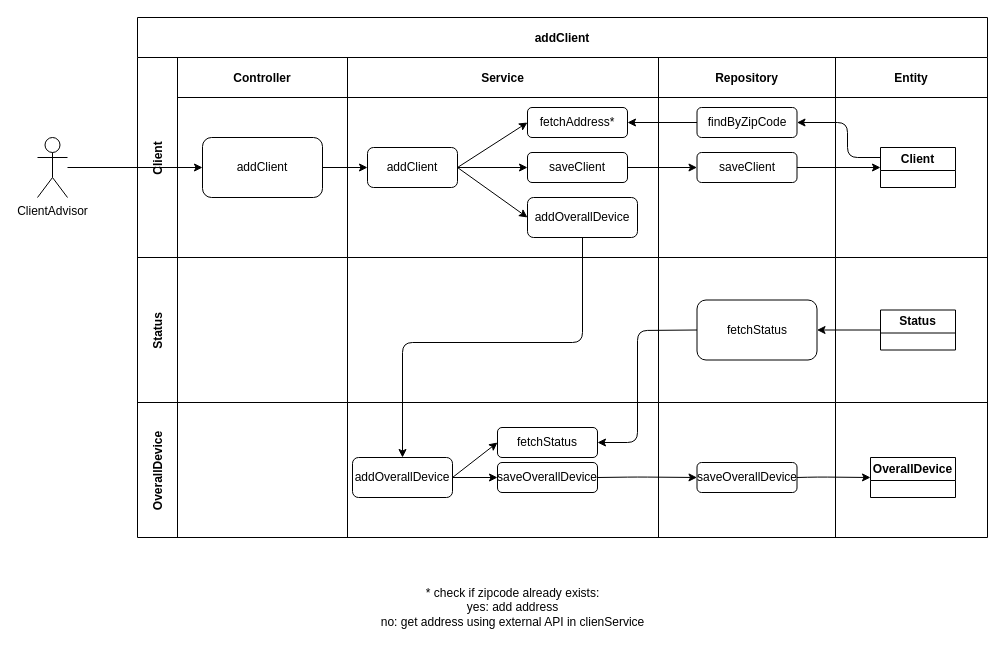
Earlier version of the draw.io diagram media/ASD_addClient.drawio (MiloSimons/educom-ecopowrrr). Source tidied: cells renumbered, new cells numbered last; positions are measured from the earlier drawing's top-left corner, leaving out a move shared by most shapes. Both pictures are drawn from the tidied source at 100%, with x=0, y=0 at pixel (37, 17).
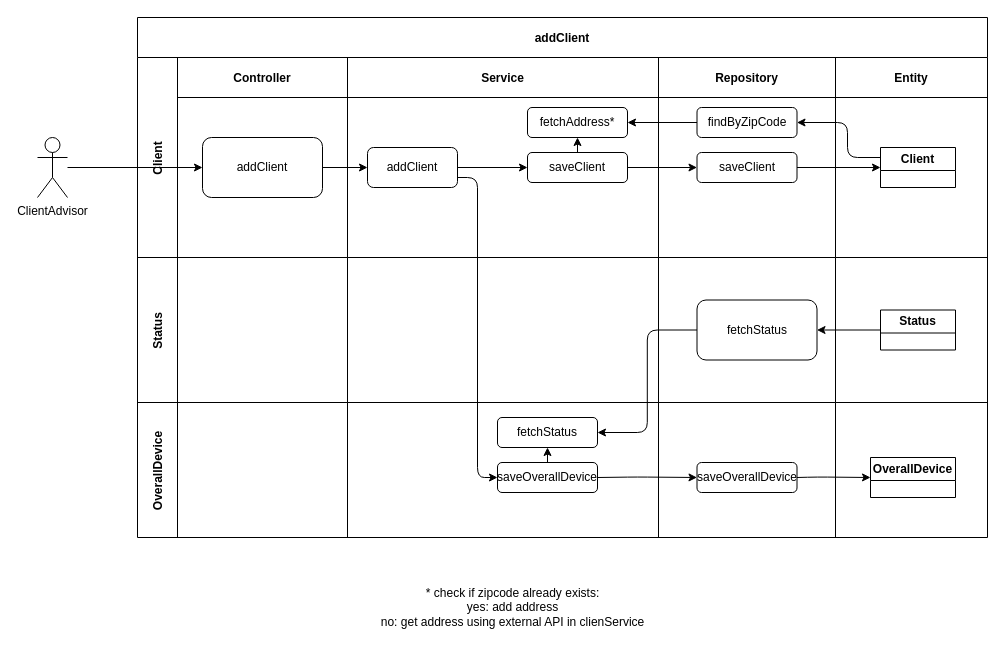
Above is the later version.

The change refers to these unchanged cells:
```xml
<mxCell id="2" value="addClient" style="shape=table;childLayout=tableLayout;startSize=40;fontStyle=1;" parent="1" vertex="1">
  <mxGeometry x="100" width="850" height="520" as="geometry" />
</mxCell>
<mxCell id="6" value="Service" style="swimlane;swimlaneHead=0;swimlaneBody=0;fontStyle=0;fillColor=none;startSize=40;fontStyle=1;" parent="3" vertex="1">
  <mxGeometry x="210" width="311" height="200" as="geometry" />
</mxCell>
<mxCell id="8" value="addClient" style="rounded=1;whiteSpace=wrap;html=1;" parent="6" vertex="1">
  <mxGeometry x="20" y="90" width="90" height="40" as="geometry" />
</mxCell>
<mxCell id="9" value="saveClient" style="rounded=1;whiteSpace=wrap;html=1;" parent="6" vertex="1">
  <mxGeometry x="180" y="95" width="100" height="30" as="geometry" />
</mxCell>
<mxCell id="13" value="fetchAddress*" style="rounded=1;whiteSpace=wrap;html=1;" parent="6" vertex="1">
  <mxGeometry x="180" y="50" width="100" height="30" as="geometry" />
</mxCell>
<mxCell id="28" value="fetchStatus" style="rounded=1;whiteSpace=wrap;html=1;" parent="27" vertex="1">
  <mxGeometry x="38.5" y="42.5" width="120" height="60" as="geometry" />
</mxCell>
<mxCell id="34" style="swimlane;swimlaneHead=0;swimlaneBody=0;fontStyle=0;fillColor=none;startSize=0;fontStyle=1;" parent="32" vertex="1">
  <mxGeometry x="210" width="311" height="135" as="geometry" />
</mxCell>
<mxCell id="38" value="saveOverallDevice" style="rounded=1;whiteSpace=wrap;html=1;" parent="34" vertex="1">
  <mxGeometry x="150" y="60" width="100" height="30" as="geometry" />
</mxCell>
```

Change to the diagram source:
```diff
@@
-    <mxCell id="7" style="edgeStyle=none;html=1;exitX=1;exitY=0.5;exitDx=0;exitDy=0;entryX=0;entryY=0.5;entryDx=0;entryDy=0;" parent="6" edge="1" source="8" target="13">
+    <mxCell id="7" style="edgeStyle=none;html=1;exitX=0.5;exitY=0;exitDx=0;exitDy=0;entryX=0.5;entryY=1;entryDx=0;entryDy=0;" parent="6" edge="1" source="9" target="13">
       <mxGeometry relative="1" as="geometry" />
     </mxCell>
@@
-    <mxCell id="11" value="addOverallDevice" style="rounded=1;whiteSpace=wrap;html=1;" parent="6" vertex="1">
-      <mxGeometry x="180" y="140" width="110" height="40" as="geometry" />
-    </mxCell>
-    <mxCell id="12" style="edgeStyle=none;html=1;exitX=1;exitY=0.5;exitDx=0;exitDy=0;entryX=0;entryY=0.5;entryDx=0;entryDy=0;" parent="6" edge="1" source="8" target="11">
-      <mxGeometry relative="1" as="geometry" />
-    </mxCell>
@@
     <mxCell id="35" value="fetchStatus&lt;span style=&quot;color: rgba(0, 0, 0, 0); font-family: monospace; font-size: 0px; text-align: start;&quot;&gt;3CmxGraphModel%3E%3Croot%3E%3CmxCell%20id%3D%220%22%2F%3E%3CmxCell%20id%3D%221%22%20parent%3D%220%22%2F%3E%3CmxCell%20id%3D%222%22%20value%3D%22fetchStatus%22%20style%3D%22rounded%3D1%3BwhiteSpace%3Dwrap%3Bhtml%3D1%3B%22%20vertex%3D%221%22%20parent%3D%221%22%3E%3CmxGeometry%20x%3D%22482.5%22%20y%3D%22150%22%20width%3D%22120%22%20height%3D%2260%22%20as%3D%22geometry%22%2F%3E%3C%2FmxCell%3E%3C%2Froot%3E%3C%2FmxGraphModel&lt;/span&gt;" style="rounded=1;whiteSpace=wrap;html=1;" parent="34" vertex="1">
-      <mxGeometry x="150" y="25" width="100" height="30" as="geometry" />
+      <mxGeometry x="150" y="15" width="100" height="30" as="geometry" />
     </mxCell>
-    <mxCell id="36" style="edgeStyle=none;html=1;exitX=1;exitY=0.5;exitDx=0;exitDy=0;entryX=0;entryY=0.5;entryDx=0;entryDy=0;" parent="34" edge="1" source="37">
-      <mxGeometry relative="1" as="geometry">
-        <mxPoint x="150" y="40" as="targetPoint" />
-      </mxGeometry>
+    <mxCell id="36" style="edgeStyle=none;html=1;exitX=0.5;exitY=0;exitDx=0;exitDy=0;entryX=0.5;entryY=1;entryDx=0;entryDy=0;" parent="34" edge="1" source="38" target="35">
+      <mxGeometry relative="1" as="geometry" />
     </mxCell>
-    <mxCell id="37" value="addOverallDevice" style="rounded=1;whiteSpace=wrap;html=1;" parent="34" vertex="1">
-      <mxGeometry x="5" y="55" width="100" height="40" as="geometry" />
-    </mxCell>
@@
-    <mxCell id="39" style="edgeStyle=none;html=1;exitX=1;exitY=0.5;exitDx=0;exitDy=0;entryX=0;entryY=0.5;entryDx=0;entryDy=0;" parent="34" edge="1" source="37" target="38">
-      <mxGeometry relative="1" as="geometry" />
-    </mxCell>
@@
-    <mxCell id="46" style="edgeStyle=none;html=1;exitX=0.5;exitY=1;exitDx=0;exitDy=0;entryX=0.5;entryY=0;entryDx=0;entryDy=0;" parent="2" edge="1" source="11" target="37">
-      <mxGeometry relative="1" as="geometry">
-        <Array as="points">
-          <mxPoint x="445" y="325" />
-          <mxPoint x="265" y="325" />
-        </Array>
-      </mxGeometry>
-    </mxCell>
-    <mxCell id="47" style="edgeStyle=none;html=1;exitX=0;exitY=0.5;exitDx=0;exitDy=0;entryX=1;entryY=0.5;entryDx=0;entryDy=0;" parent="2" edge="1" source="28" target="35">
-      <mxGeometry relative="1" as="geometry">
-        <Array as="points">
-          <mxPoint x="500" y="313" />
-          <mxPoint x="500" y="425" />
-        </Array>
-      </mxGeometry>
+    <mxCell id="47" style="edgeStyle=orthogonalEdgeStyle;html=1;exitX=0;exitY=0.5;exitDx=0;exitDy=0;entryX=1;entryY=0.5;entryDx=0;entryDy=0;" parent="2" edge="1" source="28" target="35">
+      <mxGeometry relative="1" as="geometry" />
     </mxCell>
+    <mxCell id="12" style="edgeStyle=orthogonalEdgeStyle;html=1;exitX=1;exitY=0.75;exitDx=0;exitDy=0;entryX=0;entryY=0.5;entryDx=0;entryDy=0;" parent="2" edge="1" source="8" target="38">
+      <mxGeometry relative="1" as="geometry" />
+    </mxCell>
```
